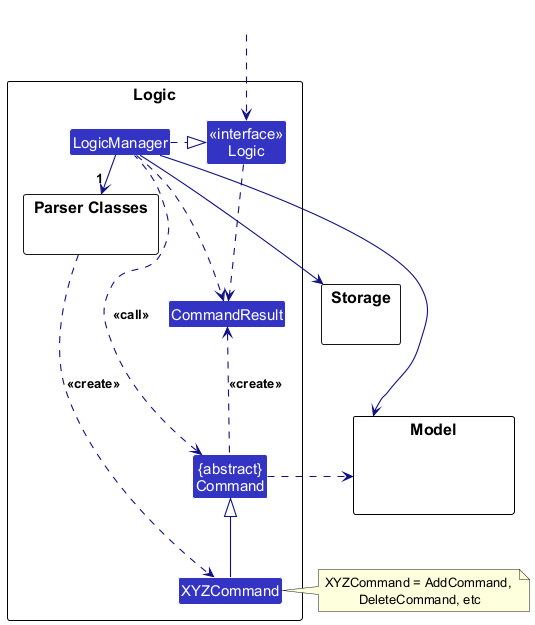
The PlantUML diagram docs/images/LogicClassDiagram.png in AY2627S1-CS2103T-F09-1/tp, before a commit. Its diagram source:
```plantuml
@startuml
!include style.puml
skinparam arrowThickness 1.1
skinparam arrowColor LOGIC_COLOR_T4
skinparam classBackgroundColor LOGIC_COLOR

package Logic as LogicPackage {

package "Parser Classes" as ParserClasses{
}
Class XYZCommand
Class CommandResult
Class "{abstract}\nCommand" as Command


Class "<<interface>>\nLogic" as Logic
Class LogicManager
}

package Model {
Class HiddenModel #FFFFFF
}

package Storage {
}

Class HiddenOutside #FFFFFF
HiddenOutside ..> Logic

LogicManager .right.|> Logic
LogicManager -right->"1" ParserClasses
ParserClasses ..> XYZCommand : <<create>>

XYZCommand -up-|> Command
LogicManager .left.> Command : <<call>>

LogicManager --> Model
LogicManager --> Storage
Storage --[hidden] Model
Command .[hidden]up.> Storage
Command .right.> Model
note right of XYZCommand: XYZCommand = AddCommand, \nDeleteCommand, etc

Logic ..> CommandResult
LogicManager .down.> CommandResult
Command .up.> CommandResult : <<create>>
@enduml
```
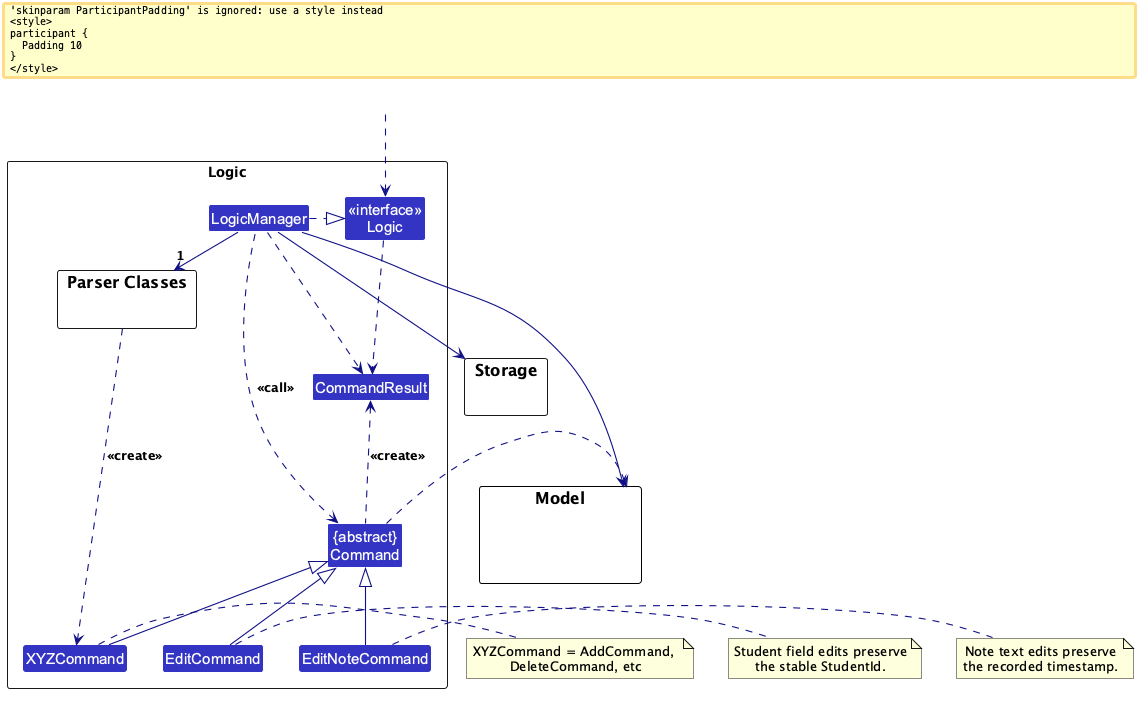
Later version of the same file.

What changed in the source:
```diff
@@ -9,6 +9,8 @@
 package "Parser Classes" as ParserClasses{
 }
 Class XYZCommand
+Class EditCommand
+Class EditNoteCommand
 Class CommandResult
 Class "{abstract}\nCommand" as Command
 
@@ -32,6 +34,8 @@
 ParserClasses ..> XYZCommand : <<create>>
 
 XYZCommand -up-|> Command
+EditCommand -up-|> Command
+EditNoteCommand -up-|> Command
 LogicManager .left.> Command : <<call>>
 
 LogicManager --> Model
@@ -40,6 +44,8 @@
 Command .[hidden]up.> Storage
 Command .right.> Model
 note right of XYZCommand: XYZCommand = AddCommand, \nDeleteCommand, etc
+note right of EditCommand: Student field edits preserve\nthe stable StudentId.
+note right of EditNoteCommand: Note text edits preserve\nthe recorded timestamp.
 
 Logic ..> CommandResult
 LogicManager .down.> CommandResult
```
